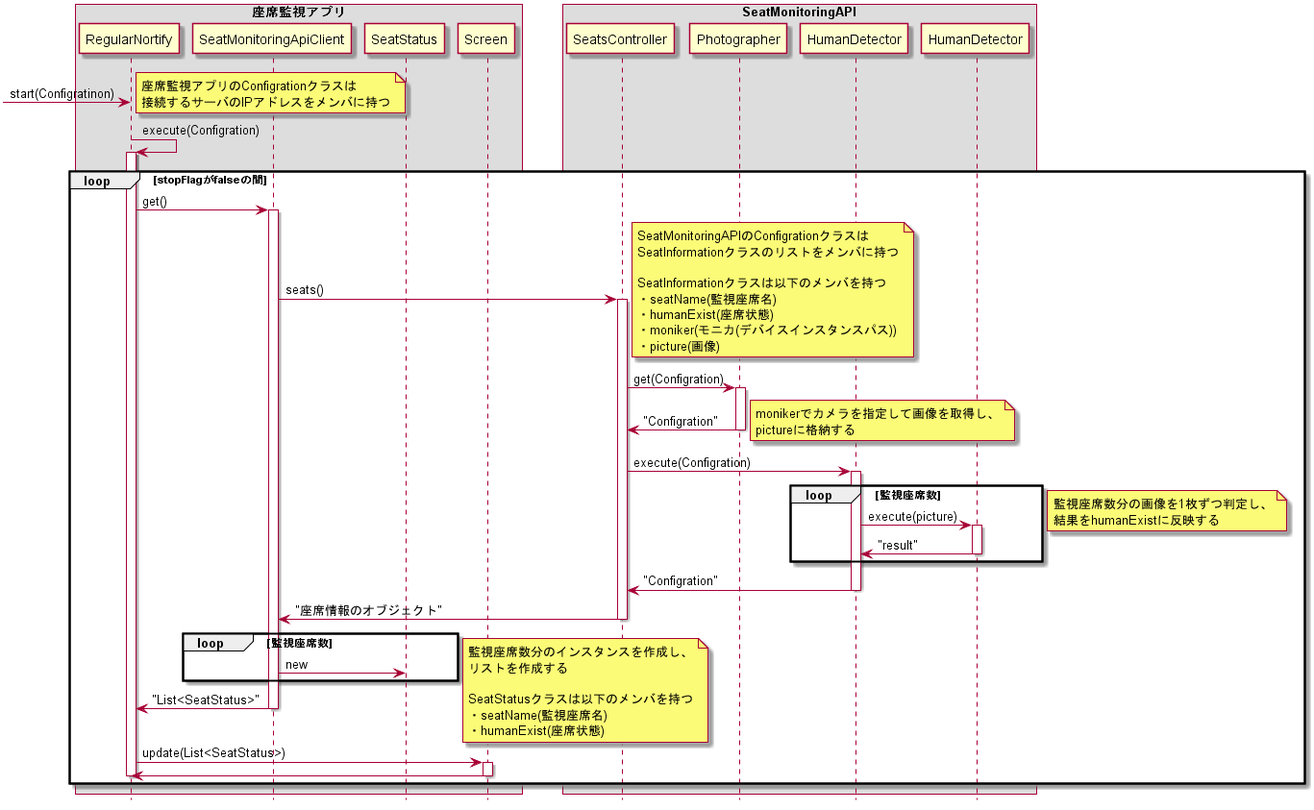
This is doc/詳細設計/詳細設計書/構成図/座席状態確認シーケンス図2.png from KeisukeSugita/Seat-monitoring-system, a PlantUML export, as it was before one commit.
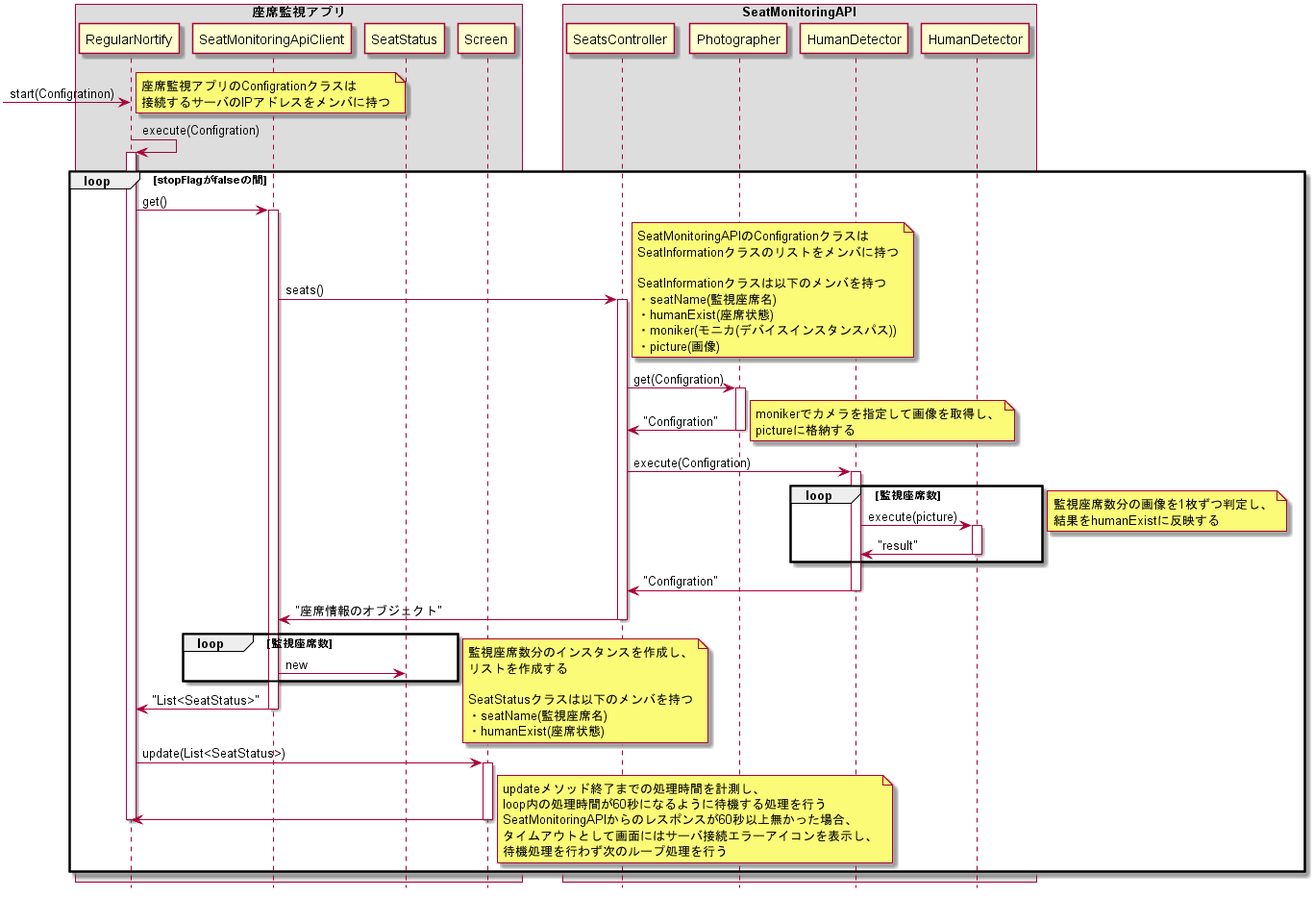
Later version of the same file.

Commit message:
タイムアウトに関する記述を追加

The edit, as a diff of the source:
```diff
@@ -92,6 +92,13 @@
 	RegularNortify <- Screen
 	deactivate Screen
 	deactivate RegularNortify
+	note right
+		updateメソッド終了までの処理時間を計測し、
+		loop内の処理時間が60秒になるように待機する処理を行う
+		SeatMonitoringAPIからのレスポンスが60秒以上無かった場合、
+		タイムアウトとして画面にはサーバ接続エラーアイコンを表示し、
+		待機処理を行わず次のループ処理を行う
+	end note
 end
 
 @enduml
```
